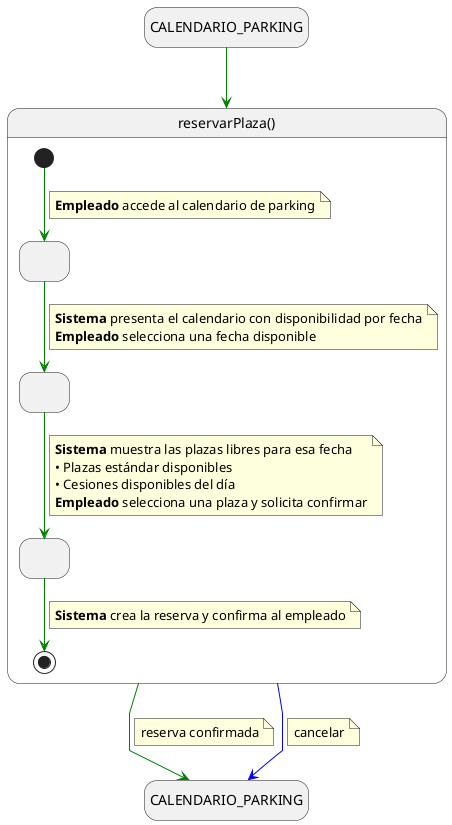
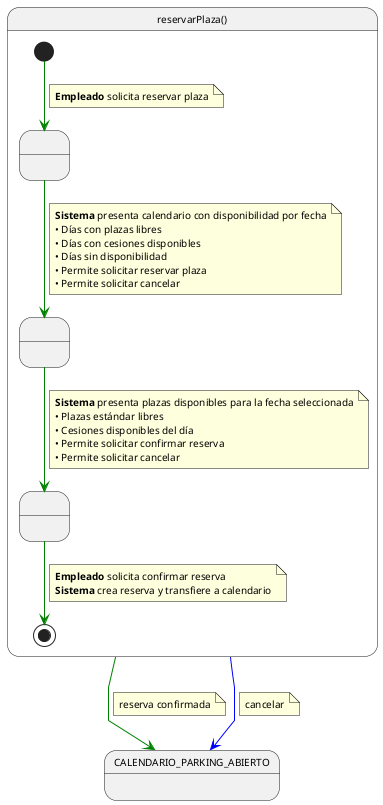
@startuml cuReservarPlaza

skinparam linetype polyline
- hide empty description
- 
- state "CALENDARIO_PARKING" as VistaParkingInicio
- state "CALENDARIO_PARKING" as VistaParkingFin
- 
- VistaParkingInicio -[#green]-> reservarPlaza
+ skinparam defaultFontName Arial
+ skinparam defaultFontSize 10

state reservarPlaza as "reservarPlaza()" {
-   state " " as SeleccionandoFecha
-   state " " as SeleccionandoPlaza
-   state " " as ConfirmandoReserva
+   state " " as SolicitandoPlaza
+   state " " as ProporcionandoDatos
+   state " " as ReservaCreada

-   [*] -[#green]-> SeleccionandoFecha
+   [*] -[#green]-> SolicitandoPlaza
  note on link
-     <b>Empleado</b> accede al calendario de parking
+     <b>Empleado</b> solicita reservar plaza
  end note

-   SeleccionandoFecha -[#green]-> SeleccionandoPlaza
+   SolicitandoPlaza -[#green]-> ProporcionandoDatos
  note on link
-     <b>Sistema</b> presenta el calendario con disponibilidad por fecha
-     <b>Empleado</b> selecciona una fecha disponible
+     <b>Sistema</b> presenta calendario con disponibilidad por fecha
+     • Días con plazas libres
+     • Días con cesiones disponibles
+     • Días sin disponibilidad
+     • Permite solicitar reservar plaza
+     • Permite solicitar cancelar
  end note

-   SeleccionandoPlaza -[#green]-> ConfirmandoReserva
+   ProporcionandoDatos -[#green]-> ReservaCreada
  note on link
-     <b>Sistema</b> muestra las plazas libres para esa fecha
-     • Plazas estándar disponibles
+     <b>Sistema</b> presenta plazas disponibles para la fecha seleccionada
+     • Plazas estándar libres
    • Cesiones disponibles del día
-     <b>Empleado</b> selecciona una plaza y solicita confirmar
+     • Permite solicitar confirmar reserva
+     • Permite solicitar cancelar
  end note

-   ConfirmandoReserva -[#green]-> [*]
+   ReservaCreada -[#green]-> [*]
  note on link
-     <b>Sistema</b> crea la reserva y confirma al empleado
+     <b>Empleado</b> solicita confirmar reserva
+     <b>Sistema</b> crea reserva y transfiere a calendario
  end note
}

- reservarPlaza -[#green]-> VistaParkingFin
+ reservarPlaza -[#green]-> CALENDARIO_PARKING_ABIERTO
note on link
  reserva confirmada
end note

- reservarPlaza -[#blue]-> VistaParkingFin
+ reservarPlaza -[#blue]-> CALENDARIO_PARKING_ABIERTO
note on link
  cancelar
end note

@enduml
